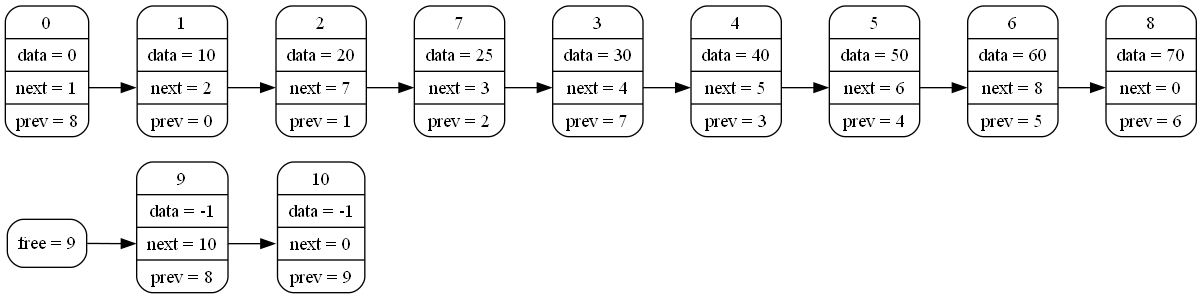
Above: dump.png in ashqqy/Linked-list (Graphviz), before the change. Its source is kept beside it as dump.dot.
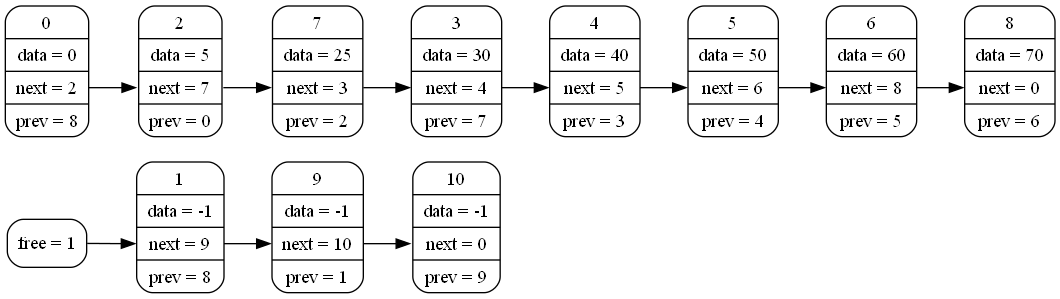
After the commit.

The edit, as a diff of the source:
```diff
@@ -2,20 +2,20 @@
 {
 rankdir=LR;
 node[shape="record", style="rounded"];
-title[label = "<f>free = 9"];
-0[label = "0|data = 0|<n>next = 1|<p>prev = 8"];
-1[label = "1|data = 10|<n>next = 2|<p>prev = 0"];
-2[label = "2|data = 20|<n>next = 7|<p>prev = 1"];
+title[label = "<f>free = 1"];
+0[label = "0|data = 0|<n>next = 2|<p>prev = 8"];
+1[label = "1|data = -1|<n>next = 9|<p>prev = 8"];
+2[label = "2|data = 5|<n>next = 7|<p>prev = 0"];
 3[label = "3|data = 30|<n>next = 4|<p>prev = 7"];
 4[label = "4|data = 40|<n>next = 5|<p>prev = 3"];
 5[label = "5|data = 50|<n>next = 6|<p>prev = 4"];
 6[label = "6|data = 60|<n>next = 8|<p>prev = 5"];
 7[label = "7|data = 25|<n>next = 3|<p>prev = 2"];
 8[label = "8|data = 70|<n>next = 0|<p>prev = 6"];
-9[label = "9|data = -1|<n>next = 10|<p>prev = 8"];
+9[label = "9|data = -1|<n>next = 10|<p>prev = 1"];
 10[label = "10|data = -1|<n>next = 0|<p>prev = 9"];
-0:<n>->1:<n>
-1:<n>->2:<n>
+0:<n>->2:<n>
+1:<n>->9:<n>
 2:<n>->7:<n>
 3:<n>->4:<n>
 4:<n>->5:<n>
@@ -23,5 +23,5 @@
 6:<n>->8:<n>
 7:<n>->3:<n>
 9:<n>->10:<n>
-title:<f>->9:<n>
+title:<f>->1:<n>
 }
```
